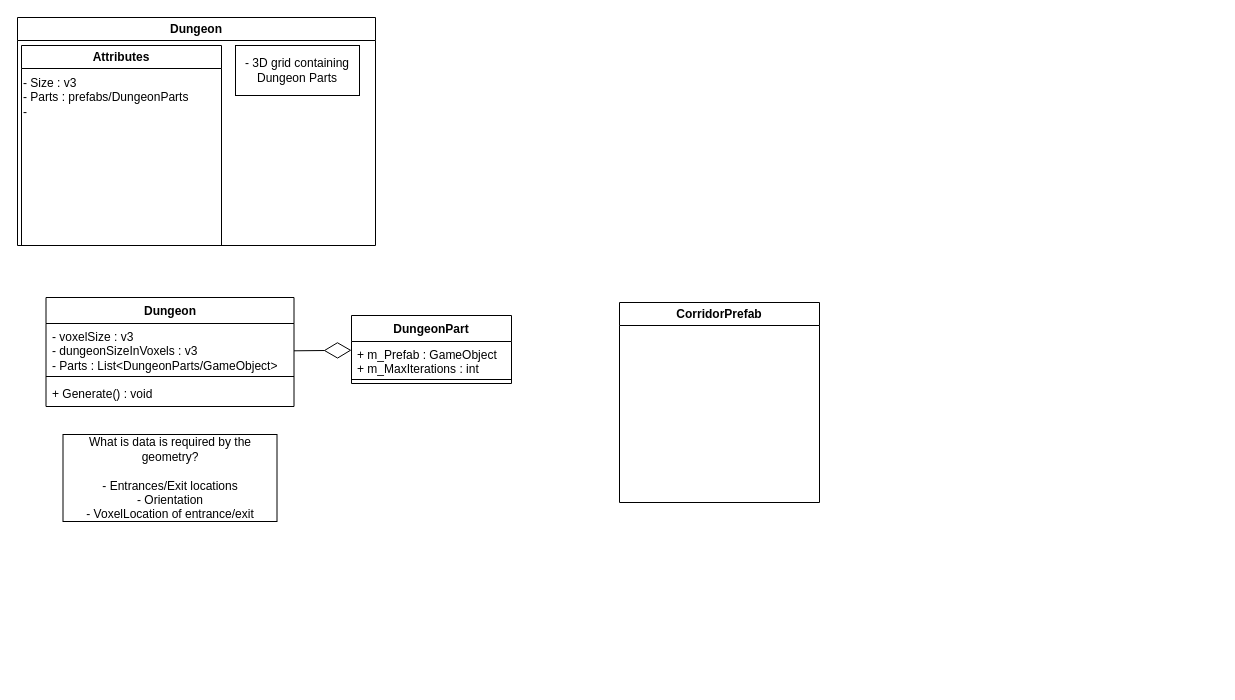
Above: DungeonGenerator.drawio in RanakOFour/Unity3DDungeonGenerator (draw.io), before the change. Source tidied: cells renumbered, new cells numbered last; positions are measured from the earlier drawing's top-left corner, leaving out a move shared by most shapes. Both pictures are drawn from the tidied source at 100%, with x=0, y=0 at pixel (17, 17).
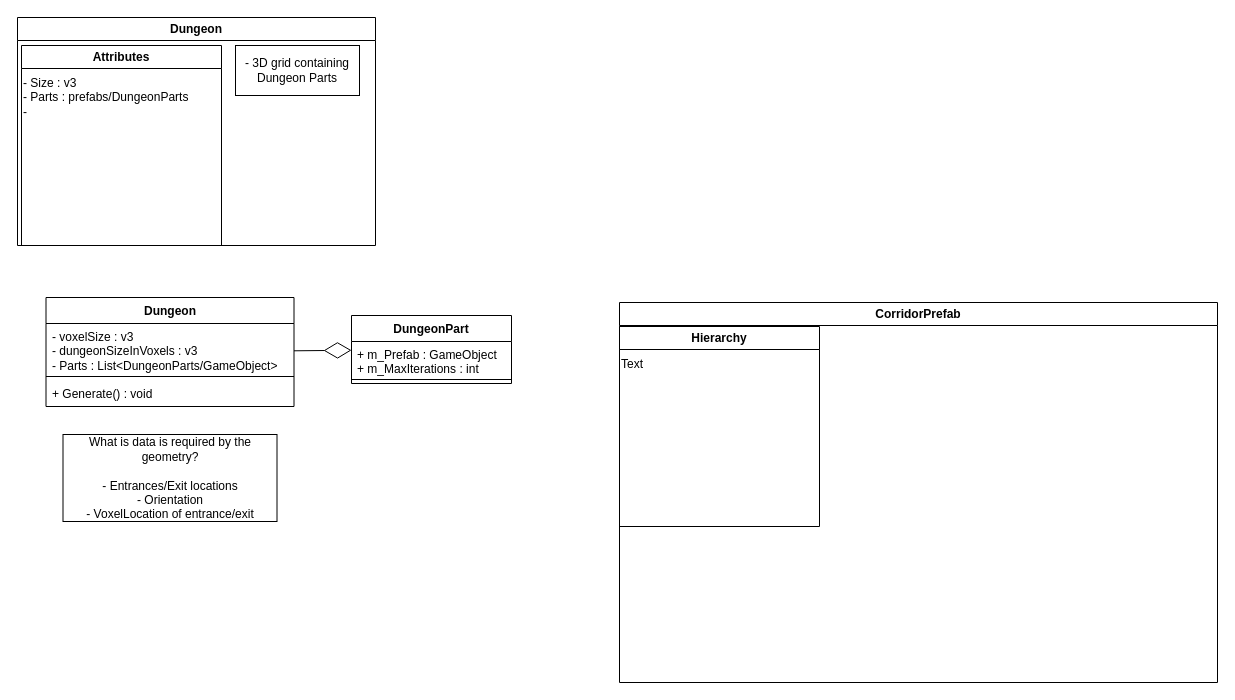
The same diagram, later.

The edit, as a diff of the source:
```diff
@@
 <mxGraphModel>
   <root>
     <mxCell id="0" />
     <mxCell id="1" parent="0" />
     <mxCell id="2" value="Dungeon" style="swimlane;whiteSpace=wrap;html=1;" parent="1" vertex="1">
       <mxGeometry width="358" height="228" as="geometry" />
     </mxCell>
     <mxCell id="3" value="- 3D grid containing Dungeon Parts" style="text;html=1;align=center;verticalAlign=middle;whiteSpace=wrap;rounded=0;strokeColor=default;" parent="2" vertex="1">
       <mxGeometry x="218" y="28" width="124" height="50" as="geometry" />
     </mxCell>
     <mxCell id="4" value="Attributes" style="swimlane;whiteSpace=wrap;html=1;" parent="2" vertex="1">
       <mxGeometry x="4" y="28" width="200" height="200" as="geometry" />
     </mxCell>
     <mxCell id="5" value="- Size : v3&lt;div&gt;- Parts : prefabs/DungeonParts&lt;/div&gt;&lt;div&gt;-&amp;nbsp;&lt;/div&gt;" style="text;html=1;align=left;verticalAlign=top;whiteSpace=wrap;rounded=0;" parent="4" vertex="1">
       <mxGeometry y="24" width="199" height="176" as="geometry" />
     </mxCell>
     <mxCell id="6" style="edgeStyle=none;html=1;endArrow=diamondThin;endFill=0;endSize=25;" parent="1" edge="1" source="7" target="11">
       <mxGeometry relative="1" as="geometry" />
     </mxCell>
     <mxCell id="7" value="Dungeon" style="swimlane;fontStyle=1;align=center;verticalAlign=top;horizontal=1;startSize=26;whiteSpace=wrap;html=1;" parent="1" vertex="1">
       <mxGeometry x="28.5" y="280" width="248" height="109" as="geometry" />
     </mxCell>
     <mxCell id="8" value="&lt;div&gt;- voxelSize : v3&lt;/div&gt;- dungeonSizeInVoxels : v3&lt;div&gt;- Parts : List&amp;lt;DungeonParts/GameObject&amp;gt;&lt;/div&gt;" style="text;strokeColor=none;fillColor=none;align=left;verticalAlign=top;spacingLeft=4;spacingRight=4;overflow=hidden;whiteSpace=wrap;html=1;" parent="7" vertex="1">
       <mxGeometry y="26" width="248" height="49" as="geometry" />
     </mxCell>
     <mxCell id="9" style="line;strokeWidth=1;fillColor=none;align=left;verticalAlign=middle;spacingTop=-1;spacingLeft=3;spacingRight=3;labelPosition=right;strokeColor=inherit;" parent="7" vertex="1">
       <mxGeometry y="75" width="248" height="8" as="geometry" />
     </mxCell>
     <mxCell id="10" value="+ Generate() : void" style="text;strokeColor=none;fillColor=none;align=left;verticalAlign=top;spacingLeft=4;spacingRight=4;overflow=hidden;whiteSpace=wrap;html=1;" parent="7" vertex="1">
       <mxGeometry y="83" width="248" height="26" as="geometry" />
     </mxCell>
     <mxCell id="11" value="DungeonPart" style="swimlane;fontStyle=1;align=center;verticalAlign=top;horizontal=1;startSize=26;whiteSpace=wrap;html=1;" parent="1" vertex="1">
       <mxGeometry x="334" y="298" width="160" height="68" as="geometry" />
     </mxCell>
     <mxCell id="12" value="+ m_Prefab : GameObject&lt;div&gt;+ m_MaxIterations : int&lt;/div&gt;" style="text;strokeColor=none;fillColor=none;align=left;verticalAlign=top;spacingLeft=4;spacingRight=4;overflow=hidden;whiteSpace=wrap;html=1;" parent="11" vertex="1">
       <mxGeometry y="26" width="160" height="34" as="geometry" />
     </mxCell>
     <mxCell id="13" style="line;strokeWidth=1;fillColor=none;align=left;verticalAlign=middle;spacingTop=-1;spacingLeft=3;spacingRight=3;labelPosition=right;strokeColor=inherit;" parent="11" vertex="1">
       <mxGeometry y="60" width="160" height="8" as="geometry" />
     </mxCell>
     <mxCell id="14" value="What is data is required by the geometry?&lt;div&gt;&lt;br&gt;&lt;/div&gt;&lt;div&gt;- Entrances/Exit locations&lt;/div&gt;&lt;div&gt;- Orientation&lt;/div&gt;&lt;div&gt;- VoxelLocation of entrance/exit&lt;/div&gt;" style="rounded=0;whiteSpace=wrap;html=1;" parent="1" vertex="1">
       <mxGeometry x="45.5" y="417" width="214" height="87" as="geometry" />
     </mxCell>
     <mxCell id="15" value="CorridorPrefab" style="swimlane;whiteSpace=wrap;html=1;" parent="1" vertex="1">
-      <mxGeometry x="602" y="285" width="200" height="200" as="geometry" />
+      <mxGeometry x="602" y="285" width="598" height="380" as="geometry" />
     </mxCell>
+    <mxCell id="16" value="Hierarchy" style="swimlane;whiteSpace=wrap;html=1;" parent="15" vertex="1">
+      <mxGeometry y="24" width="200" height="200" as="geometry" />
+    </mxCell>
+    <mxCell id="17" value="Text" style="text;html=1;align=left;verticalAlign=top;whiteSpace=wrap;rounded=0;" parent="16" vertex="1">
+      <mxGeometry y="24" width="200" height="176" as="geometry" />
+    </mxCell>
   </root>
 </mxGraphModel>
```
